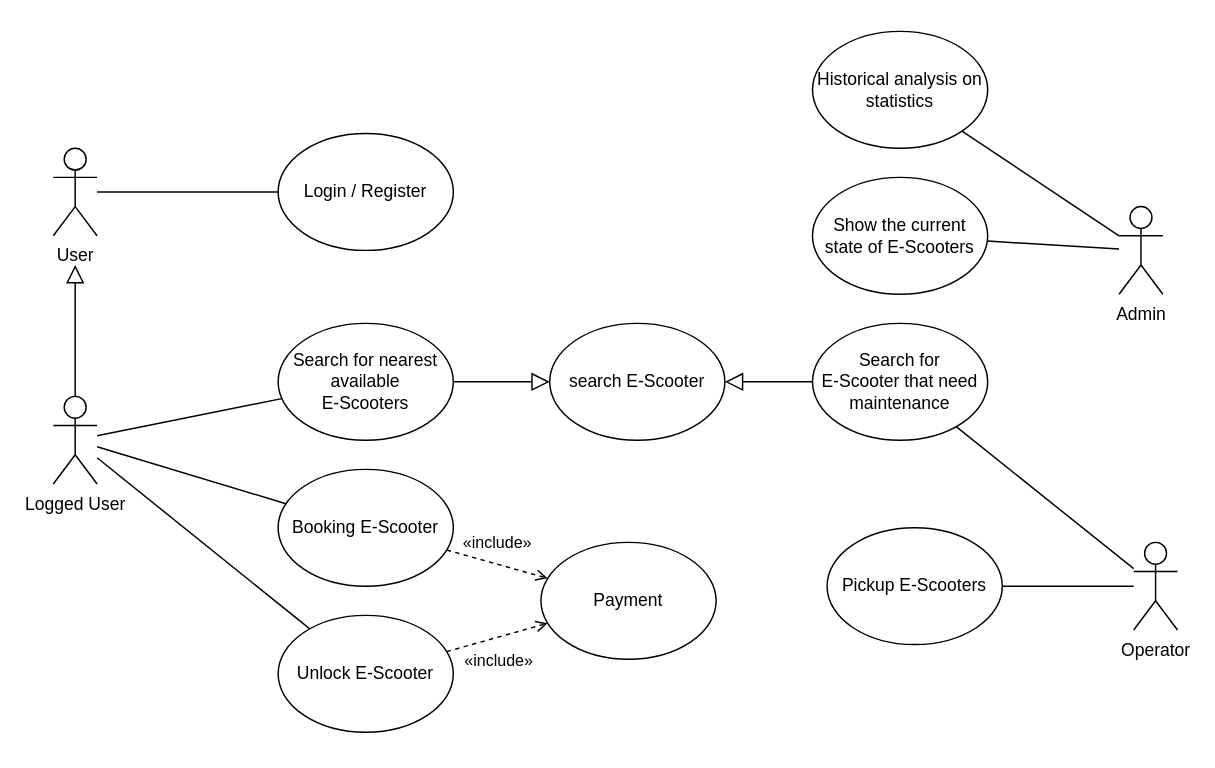
Earlier version of the draw.io diagram page "Pagina-1" (1 of 2) of schema.drawio (kelvin-olaiya/sap-assignment-02). Source tidied: cells renumbered, new cells numbered last; positions are measured from the earlier drawing's top-left corner, leaving out a move shared by most shapes. Both pictures are drawn from the tidied source at 146%, with x=0, y=0 at pixel (53, 31).
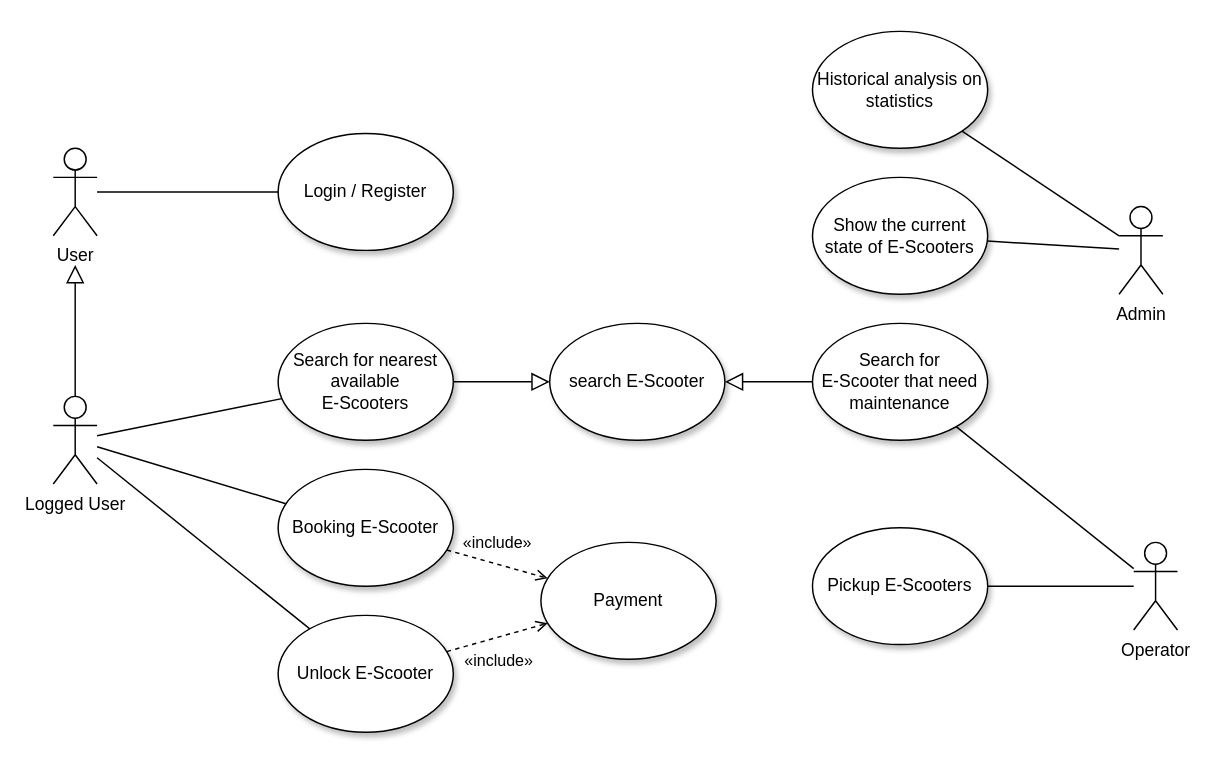
After the change.

Commit message (it also covers changes not shown here):
wip: add event storm diagram

Change to the diagram source:
```diff
@@
-    <mxCell id="7" value="Login / Register" style="ellipse;whiteSpace=wrap;html=1;" parent="1" vertex="1">
+    <mxCell id="7" value="Login / Register" style="ellipse;whiteSpace=wrap;html=1;shadow=1;" parent="1" vertex="1">
       <mxGeometry x="154" y="70" width="120" height="80" as="geometry" />
     </mxCell>
@@
-    <mxCell id="15" value="Booking E-Scooter" style="ellipse;whiteSpace=wrap;html=1;" parent="1" vertex="1">
+    <mxCell id="15" value="Booking E-Scooter" style="ellipse;whiteSpace=wrap;html=1;shadow=1;" parent="1" vertex="1">
       <mxGeometry x="154" y="300" width="120" height="80" as="geometry" />
     </mxCell>
@@
-    <mxCell id="18" value="Unlock E-Scooter" style="ellipse;whiteSpace=wrap;html=1;" parent="1" vertex="1">
+    <mxCell id="18" value="Unlock E-Scooter" style="ellipse;whiteSpace=wrap;html=1;shadow=1;" parent="1" vertex="1">
       <mxGeometry x="154" y="400" width="120" height="80" as="geometry" />
     </mxCell>
-    <mxCell id="19" value="Payment" style="ellipse;whiteSpace=wrap;html=1;" parent="1" vertex="1">
+    <mxCell id="19" value="Payment" style="ellipse;whiteSpace=wrap;html=1;shadow=1;" parent="1" vertex="1">
       <mxGeometry x="334" y="350" width="120" height="80" as="geometry" />
     </mxCell>
@@
-    <mxCell id="21" value="Search for nearest available&lt;br&gt;E-Scooters" style="ellipse;whiteSpace=wrap;html=1;" parent="1" vertex="1">
+    <mxCell id="21" value="Search for nearest available&lt;br&gt;E-Scooters" style="ellipse;whiteSpace=wrap;html=1;shadow=1;" parent="1" vertex="1">
       <mxGeometry x="154" y="200" width="120" height="80" as="geometry" />
     </mxCell>
-    <mxCell id="22" value="search E-Scooter" style="ellipse;whiteSpace=wrap;html=1;" parent="1" vertex="1">
+    <mxCell id="22" value="search E-Scooter" style="ellipse;whiteSpace=wrap;html=1;shadow=1;" parent="1" vertex="1">
       <mxGeometry x="340" y="200" width="120" height="80" as="geometry" />
     </mxCell>
-    <mxCell id="23" value="Pickup E-Scooters" style="ellipse;whiteSpace=wrap;html=1;" parent="1" vertex="1">
-      <mxGeometry x="530" y="340" width="120" height="80" as="geometry" />
+    <mxCell id="23" value="Pickup E-Scooters" style="ellipse;whiteSpace=wrap;html=1;shadow=1;" parent="1" vertex="1">
+      <mxGeometry x="520" y="340" width="120" height="80" as="geometry" />
     </mxCell>
@@
-    <mxCell id="25" value="Search for &lt;br&gt;E-Scooter that need maintenance" style="ellipse;whiteSpace=wrap;html=1;" parent="1" vertex="1">
+    <mxCell id="25" value="Search for &lt;br&gt;E-Scooter that need maintenance" style="ellipse;whiteSpace=wrap;html=1;shadow=1;" parent="1" vertex="1">
       <mxGeometry x="520" y="200" width="120" height="80" as="geometry" />
     </mxCell>
@@
-    <mxCell id="29" value="Show the current state of E-Scooters" style="ellipse;whiteSpace=wrap;html=1;" parent="1" vertex="1">
+    <mxCell id="29" value="Show the current state of E-Scooters" style="ellipse;whiteSpace=wrap;html=1;shadow=1;" parent="1" vertex="1">
       <mxGeometry x="520" y="100" width="120" height="80" as="geometry" />
     </mxCell>
-    <mxCell id="30" value="Historical analysis on statistics" style="ellipse;whiteSpace=wrap;html=1;" parent="1" vertex="1">
+    <mxCell id="30" value="Historical analysis on statistics" style="ellipse;whiteSpace=wrap;html=1;shadow=1;" parent="1" vertex="1">
       <mxGeometry x="520" width="120" height="80" as="geometry" />
     </mxCell>
```
